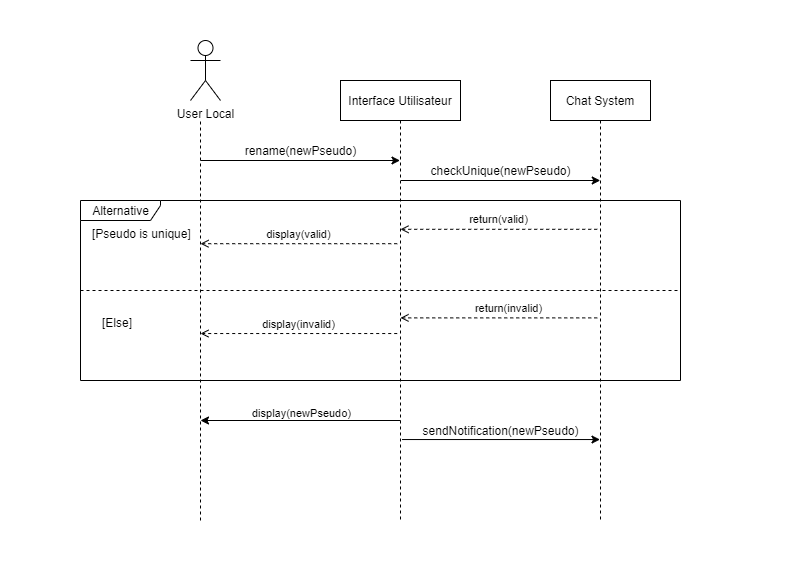
Before: Diagrams/Sequence Diagrams/Changer Pseudo V1.png, a diagram exported from draw.io (rostom-baccar/Decentralized-Chat-Sytem). Source tidied: cells renumbered, new cells last; positions are measured from the earlier drawing's top-left corner, leaving out a move shared by most shapes. Its diagram source:
```xml
<mxGraphModel>
  <root>
    <mxCell id="0" />
    <mxCell id="1" parent="0" />
    <mxCell id="2" value="Interface Utilisateur" style="shape=umlLifeline;perimeter=lifelinePerimeter;rounded=0;shadow=0;strokeWidth=1;" parent="1" vertex="1">
      <mxGeometry x="260" y="40" width="120" height="440" as="geometry" />
    </mxCell>
    <mxCell id="3" value="Chat System" style="shape=umlLifeline;perimeter=lifelinePerimeter;rounded=0;shadow=0;strokeWidth=1;" parent="1" vertex="1">
      <mxGeometry x="470" y="40" width="100" height="440" as="geometry" />
    </mxCell>
    <mxCell id="4" value="checkUnique(newPseudo)" style="text;html=1;align=center;verticalAlign=middle;strokeColor=none;fillColor=none;" parent="3" vertex="1">
      <mxGeometry x="-130" y="80" width="160" height="20" as="geometry" />
    </mxCell>
    <mxCell id="5" value="User Local" style="shape=umlActor;verticalLabelPosition=bottom;verticalAlign=top;html=1;" parent="1" vertex="1">
      <mxGeometry x="110" width="30" height="60" as="geometry" />
    </mxCell>
    <mxCell id="6" style="endArrow=none;dashed=1;html=1;rounded=0;" parent="1" edge="1">
      <mxGeometry relative="1" as="geometry">
        <mxPoint x="120" y="480" as="sourcePoint" />
        <mxPoint x="120" y="80" as="targetPoint" />
      </mxGeometry>
    </mxCell>
    <mxCell id="7" style="endArrow=classic;html=1;rounded=0;" parent="1" edge="1" target="2">
      <mxGeometry relative="1" as="geometry">
        <mxPoint x="120" y="120" as="sourcePoint" />
      </mxGeometry>
    </mxCell>
    <mxCell id="8" value="rename(newPseudo)" style="text;html=1;align=center;verticalAlign=middle;strokeColor=none;fillColor=none;" parent="1" vertex="1">
      <mxGeometry x="155" y="100" width="130" height="20" as="geometry" />
    </mxCell>
    <mxCell id="9" value="Alternative" style="shape=umlFrame;tabWidth=110;tabHeight=30;tabPosition=left;html=1;boundedLbl=1;labelInHeader=1;width=80;height=20;" parent="1" vertex="1">
      <mxGeometry y="160" width="600" height="180" as="geometry" />
    </mxCell>
    <mxCell id="10" value="[Pseudo is unique]" style="text;" parent="9" vertex="1">
      <mxGeometry width="100" height="20" relative="1" as="geometry">
        <mxPoint x="10" y="20" as="offset" />
      </mxGeometry>
    </mxCell>
    <mxCell id="11" value="[Else]" style="line;strokeWidth=1;dashed=1;labelPosition=center;verticalLabelPosition=bottom;align=left;verticalAlign=top;spacingLeft=20;spacingTop=15;" parent="9" vertex="1">
      <mxGeometry y="86.4" width="600" height="7.2" as="geometry" />
    </mxCell>
    <mxCell id="12" style="html=1;verticalAlign=bottom;labelBackgroundColor=none;endArrow=open;endFill=0;dashed=1;rounded=0;" parent="9" edge="1">
      <mxGeometry relative="1" as="geometry">
        <mxPoint x="516.7" y="28.8" as="sourcePoint" />
        <mxPoint x="320" y="28.8" as="targetPoint" />
        <Array as="points">
          <mxPoint x="433.1" y="28.8" />
        </Array>
      </mxGeometry>
    </mxCell>
    <mxCell id="13" value="return(valid)" style="edgeLabel;html=1;align=center;verticalAlign=middle;" parent="12" vertex="1">
      <mxGeometry x="0.01" y="-2" relative="1" as="geometry">
        <mxPoint x="1" y="-8" as="offset" />
      </mxGeometry>
    </mxCell>
    <mxCell id="14" style="html=1;verticalAlign=bottom;labelBackgroundColor=none;endArrow=open;endFill=0;dashed=1;rounded=0;" parent="9" edge="1">
      <mxGeometry relative="1" as="geometry">
        <mxPoint x="316.7" y="43.2" as="sourcePoint" />
        <mxPoint x="120" y="43.2" as="targetPoint" />
        <Array as="points">
          <mxPoint x="233.1" y="43.2" />
        </Array>
      </mxGeometry>
    </mxCell>
    <mxCell id="15" value="display(valid)" style="edgeLabel;html=1;align=center;verticalAlign=middle;" parent="14" vertex="1">
      <mxGeometry x="0.01" y="-2" relative="1" as="geometry">
        <mxPoint x="1" y="-8" as="offset" />
      </mxGeometry>
    </mxCell>
    <mxCell id="16" style="html=1;verticalAlign=bottom;labelBackgroundColor=none;endArrow=open;endFill=0;dashed=1;rounded=0;" parent="9" edge="1">
      <mxGeometry relative="1" as="geometry">
        <mxPoint x="516.7" y="117.4" as="sourcePoint" />
        <mxPoint x="320" y="117.4" as="targetPoint" />
        <Array as="points">
          <mxPoint x="433.1" y="117.4" />
        </Array>
      </mxGeometry>
    </mxCell>
    <mxCell id="17" value="return(invalid)" style="edgeLabel;html=1;align=center;verticalAlign=middle;" parent="16" vertex="1">
      <mxGeometry x="0.01" y="-2" relative="1" as="geometry">
        <mxPoint x="11" y="-8" as="offset" />
      </mxGeometry>
    </mxCell>
    <mxCell id="18" style="html=1;verticalAlign=bottom;labelBackgroundColor=none;endArrow=open;endFill=0;dashed=1;rounded=0;" parent="9" edge="1">
      <mxGeometry relative="1" as="geometry">
        <mxPoint x="316.7" y="133" as="sourcePoint" />
        <mxPoint x="120" y="133" as="targetPoint" />
        <Array as="points">
          <mxPoint x="233.1" y="133" />
        </Array>
      </mxGeometry>
    </mxCell>
    <mxCell id="19" value="display(invalid)" style="edgeLabel;html=1;align=center;verticalAlign=middle;" parent="18" vertex="1">
      <mxGeometry x="0.01" y="-2" relative="1" as="geometry">
        <mxPoint x="1" y="-8" as="offset" />
      </mxGeometry>
    </mxCell>
    <mxCell id="20" style="endArrow=classic;html=1;rounded=0;" parent="1" edge="1">
      <mxGeometry relative="1" as="geometry">
        <mxPoint x="320.2" y="140" as="sourcePoint" />
        <mxPoint x="519.8" y="140" as="targetPoint" />
      </mxGeometry>
    </mxCell>
    <mxCell id="21" style="endArrow=classic;html=1;rounded=0;" parent="1" edge="1">
      <mxGeometry relative="1" as="geometry">
        <mxPoint x="320" y="380" as="sourcePoint" />
        <mxPoint x="120" y="380" as="targetPoint" />
      </mxGeometry>
    </mxCell>
    <mxCell id="22" value="display(newPseudo)" style="edgeLabel;html=1;align=center;verticalAlign=middle;" parent="21" vertex="1">
      <mxGeometry x="0.11" y="-8" relative="1" as="geometry">
        <mxPoint x="11" as="offset" />
      </mxGeometry>
    </mxCell>
    <mxCell id="23" style="endArrow=classic;html=1;rounded=0;exitX=0.513;exitY=0.816;exitDx=0;exitDy=0;exitPerimeter=0;" parent="1" edge="1" source="2" target="3">
      <mxGeometry relative="1" as="geometry" />
    </mxCell>
    <mxCell id="24" value="sendNotification(newPseudo)" style="text;html=1;align=center;verticalAlign=middle;strokeColor=none;fillColor=none;" parent="1" vertex="1">
      <mxGeometry x="335" y="380" width="170" height="20" as="geometry" />
    </mxCell>
  </root>
</mxGraphModel>
```
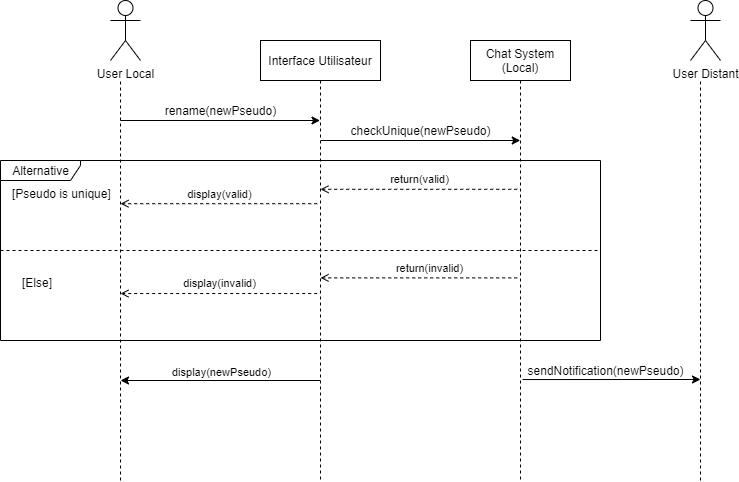
The same diagram one commit later.

Diff of the diagram source:
```diff
@@ -5,7 +5,7 @@
     <mxCell id="2" value="Interface Utilisateur" style="shape=umlLifeline;perimeter=lifelinePerimeter;rounded=0;shadow=0;strokeWidth=1;" parent="1" vertex="1">
       <mxGeometry x="260" y="40" width="120" height="440" as="geometry" />
     </mxCell>
-    <mxCell id="3" value="Chat System" style="shape=umlLifeline;perimeter=lifelinePerimeter;rounded=0;shadow=0;strokeWidth=1;" parent="1" vertex="1">
+    <mxCell id="3" value="Chat System&#10;(Local)" style="shape=umlLifeline;perimeter=lifelinePerimeter;rounded=0;shadow=0;strokeWidth=1;" parent="1" vertex="1">
       <mxGeometry x="470" y="40" width="100" height="440" as="geometry" />
     </mxCell>
     <mxCell id="4" value="checkUnique(newPseudo)" style="text;html=1;align=center;verticalAlign=middle;strokeColor=none;fillColor=none;" parent="3" vertex="1">
@@ -112,11 +112,23 @@
         <mxPoint x="11" as="offset" />
       </mxGeometry>
     </mxCell>
-    <mxCell id="23" style="endArrow=classic;html=1;rounded=0;exitX=0.513;exitY=0.816;exitDx=0;exitDy=0;exitPerimeter=0;" parent="1" edge="1" source="2" target="3">
-      <mxGeometry relative="1" as="geometry" />
+    <mxCell id="23" style="endArrow=classic;html=1;rounded=0;exitX=0.513;exitY=0.816;exitDx=0;exitDy=0;exitPerimeter=0;" parent="1" edge="1">
+      <mxGeometry relative="1" as="geometry">
+        <mxPoint x="522.1" y="379" as="sourcePoint" />
+        <mxPoint x="700" y="379" as="targetPoint" />
+      </mxGeometry>
     </mxCell>
     <mxCell id="24" value="sendNotification(newPseudo)" style="text;html=1;align=center;verticalAlign=middle;strokeColor=none;fillColor=none;" parent="1" vertex="1">
-      <mxGeometry x="335" y="380" width="170" height="20" as="geometry" />
+      <mxGeometry x="520" y="360" width="170" height="20" as="geometry" />
     </mxCell>
+    <mxCell id="25" value="User Distant" style="shape=umlActor;verticalLabelPosition=bottom;verticalAlign=top;html=1;" parent="1" vertex="1">
+      <mxGeometry x="690" width="30" height="60" as="geometry" />
+    </mxCell>
+    <mxCell id="26" style="endArrow=none;dashed=1;html=1;rounded=0;" parent="1" edge="1">
+      <mxGeometry relative="1" as="geometry">
+        <mxPoint x="700" y="480" as="sourcePoint" />
+        <mxPoint x="700" y="80" as="targetPoint" />
+      </mxGeometry>
+    </mxCell>
   </root>
 </mxGraphModel>
```
